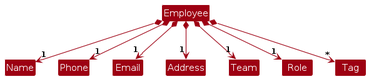
The PlantUML diagram diagrams/UpdatedEmployeeClassDiagram.png in PyromancerBoom/tp, before a commit. Its source is kept beside it as diagrams/UpdatedEmployeeClassDiagram.puml.
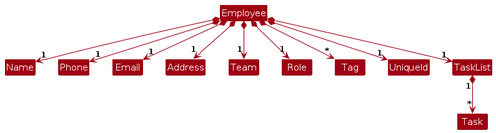
The same diagram one commit later.

What changed in the source:
```diff
@@ -11,5 +11,8 @@
 Employee *--> "1" Team
 Employee *--> "1" Role
 Employee *--> "*" Tag
+Employee *--> "1" UniqueId
+Employee *--> "1" TaskList
+TaskList "1" *--> "*" Task
 
 @enduml
```
